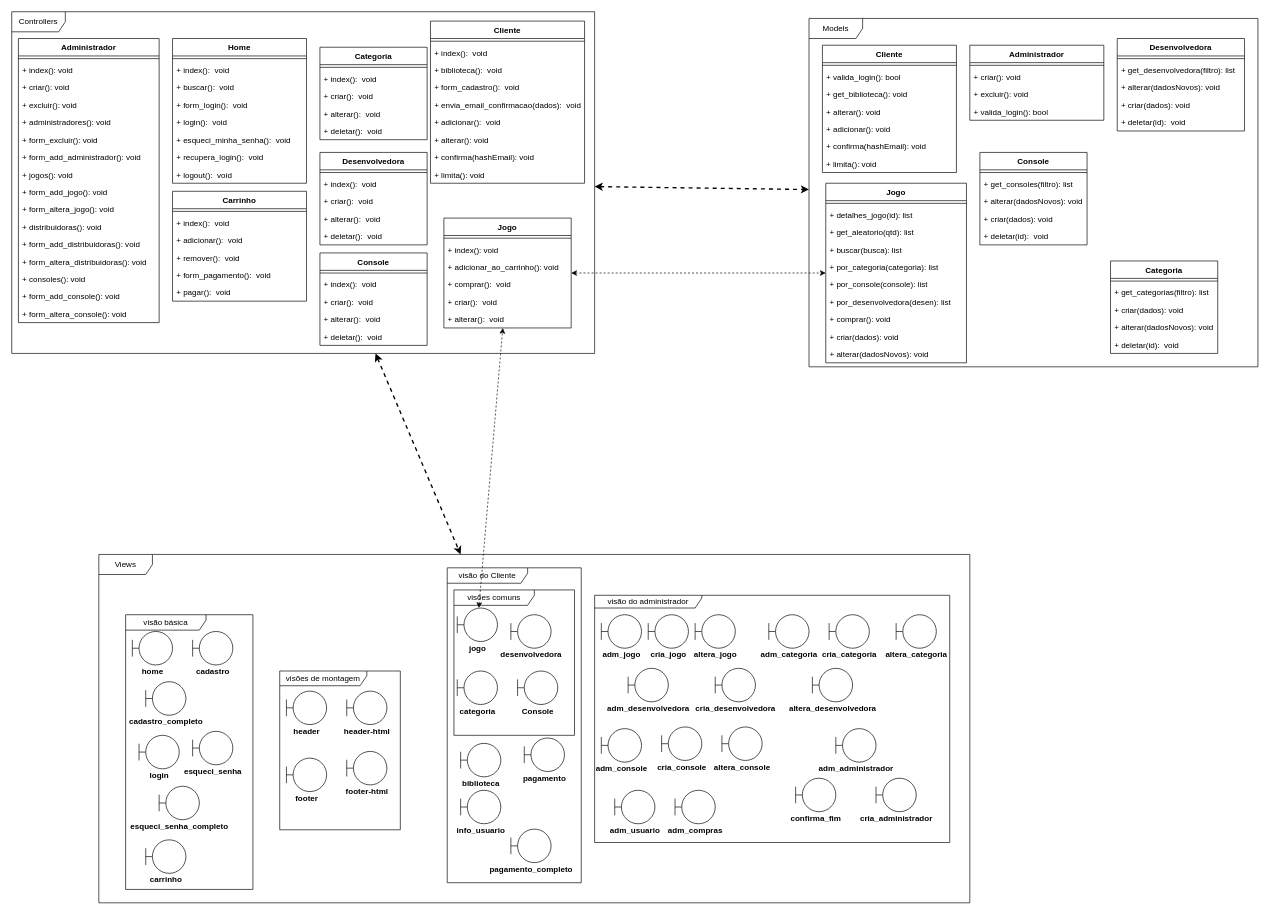
Above: docs/Diagramas/Diagrama-Classes/Diagrama_de_Classes.drawio in joaopaulo7/GCC188-Projeto-Final (draw.io), before the change. Source tidied: cells renumbered, new cells numbered last; positions are measured from the earlier drawing's top-left corner, leaving out a move shared by most shapes. Both pictures are drawn from the tidied source at 67%, with x=0, y=0 at pixel (11, 11).
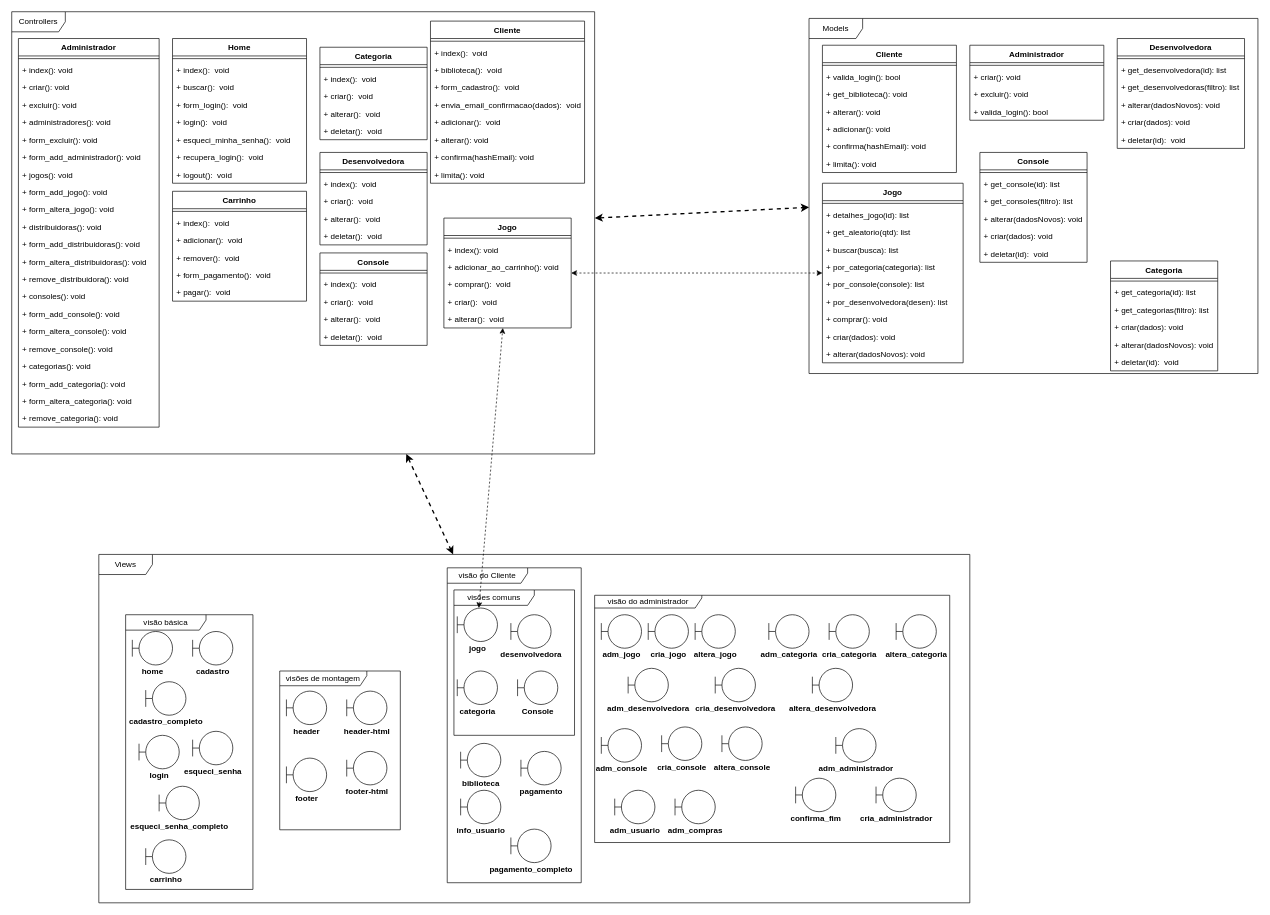
The same page after the edit.

Change to the diagram source:
```diff
@@
     <mxCell id="10" value="Controllers" style="shape=umlFrame;whiteSpace=wrap;html=1;width=80;height=30;" parent="1" vertex="1">
-      <mxGeometry width="870" height="510" as="geometry" />
+      <mxGeometry width="870" height="660" as="geometry" />
     </mxCell>
@@
     <mxCell id="38" value="Administrador" style="swimlane;fontStyle=1;align=center;verticalAlign=top;horizontal=1;startSize=26;" parent="1" vertex="1">
-      <mxGeometry x="10" y="40" width="210" height="424" as="geometry" />
+      <mxGeometry x="10" y="40" width="210" height="580" as="geometry" />
     </mxCell>
@@
+    <mxCell id="233" value="+ remove_distribuidora(): void" style="text;strokeColor=none;fillColor=none;align=left;verticalAlign=top;spacingLeft=4;spacingRight=4;overflow=hidden;" parent="38" vertex="1">
+      <mxGeometry y="346" width="210" height="26" as="geometry" />
+    </mxCell>
     <mxCell id="52" value="+ consoles(): void" style="text;strokeColor=none;fillColor=none;align=left;verticalAlign=top;spacingLeft=4;spacingRight=4;overflow=hidden;" parent="38" vertex="1">
-      <mxGeometry y="346" width="210" height="26" as="geometry" />
+      <mxGeometry y="372" width="210" height="26" as="geometry" />
     </mxCell>
     <mxCell id="53" value="+ form_add_console(): void" style="text;strokeColor=none;fillColor=none;align=left;verticalAlign=top;spacingLeft=4;spacingRight=4;overflow=hidden;" parent="38" vertex="1">
-      <mxGeometry y="372" width="210" height="26" as="geometry" />
+      <mxGeometry y="398" width="210" height="26" as="geometry" />
     </mxCell>
     <mxCell id="54" value="+ form_altera_console(): void" style="text;strokeColor=none;fillColor=none;align=left;verticalAlign=top;spacingLeft=4;spacingRight=4;overflow=hidden;" parent="38" vertex="1">
-      <mxGeometry y="398" width="210" height="26" as="geometry" />
+      <mxGeometry y="424" width="210" height="26" as="geometry" />
     </mxCell>
+    <mxCell id="234" value="+ remove_console(): void" style="text;strokeColor=none;fillColor=none;align=left;verticalAlign=top;spacingLeft=4;spacingRight=4;overflow=hidden;" parent="38" vertex="1">
+      <mxGeometry y="450" width="210" height="26" as="geometry" />
+    </mxCell>
+    <mxCell id="235" value="+ categorias(): void" style="text;strokeColor=none;fillColor=none;align=left;verticalAlign=top;spacingLeft=4;spacingRight=4;overflow=hidden;" parent="38" vertex="1">
+      <mxGeometry y="476" width="210" height="26" as="geometry" />
+    </mxCell>
+    <mxCell id="236" value="+ form_add_categoria(): void" style="text;strokeColor=none;fillColor=none;align=left;verticalAlign=top;spacingLeft=4;spacingRight=4;overflow=hidden;" parent="38" vertex="1">
+      <mxGeometry y="502" width="210" height="26" as="geometry" />
+    </mxCell>
+    <mxCell id="237" value="+ form_altera_categoria(): void" style="text;strokeColor=none;fillColor=none;align=left;verticalAlign=top;spacingLeft=4;spacingRight=4;overflow=hidden;" parent="38" vertex="1">
+      <mxGeometry y="528" width="210" height="26" as="geometry" />
+    </mxCell>
+    <mxCell id="238" value="+ remove_categoria(): void" style="text;strokeColor=none;fillColor=none;align=left;verticalAlign=top;spacingLeft=4;spacingRight=4;overflow=hidden;" parent="38" vertex="1">
+      <mxGeometry y="554" width="210" height="26" as="geometry" />
+    </mxCell>
@@
     <mxCell id="73" value="Models" style="shape=umlFrame;whiteSpace=wrap;html=1;width=80;height=30;" parent="1" vertex="1">
-      <mxGeometry x="1190" y="10" width="670" height="520" as="geometry" />
+      <mxGeometry x="1190" y="10" width="670" height="530" as="geometry" />
     </mxCell>
     <mxCell id="74" value="Jogo" style="swimlane;fontStyle=1;align=center;verticalAlign=top;horizontal=1;startSize=26;" parent="1" vertex="1">
-      <mxGeometry x="1215" y="256" width="210" height="268" as="geometry" />
+      <mxGeometry x="1210" y="256" width="210" height="268" as="geometry" />
     </mxCell>
@@
     <mxCell id="85" value="Console" style="swimlane;fontStyle=1;align=center;verticalAlign=top;horizontal=1;startSize=26;" parent="1" vertex="1">
-      <mxGeometry x="1445" y="210" width="160" height="138" as="geometry" />
+      <mxGeometry x="1445" y="210" width="160" height="164" as="geometry" />
     </mxCell>
@@
+    <mxCell id="239" value="+ get_console(id): list" style="text;strokeColor=none;fillColor=none;align=left;verticalAlign=top;spacingLeft=4;spacingRight=4;overflow=hidden;" parent="85" vertex="1">
+      <mxGeometry y="34" width="160" height="26" as="geometry" />
+    </mxCell>
     <mxCell id="87" value="+ get_consoles(filtro): list" style="text;strokeColor=none;fillColor=none;align=left;verticalAlign=top;spacingLeft=4;spacingRight=4;overflow=hidden;" parent="85" vertex="1">
-      <mxGeometry y="34" width="160" height="26" as="geometry" />
+      <mxGeometry y="60" width="160" height="26" as="geometry" />
     </mxCell>
     <mxCell id="88" value="+ alterar(dadosNovos): void" style="text;strokeColor=none;fillColor=none;align=left;verticalAlign=top;spacingLeft=4;spacingRight=4;overflow=hidden;" parent="85" vertex="1">
-      <mxGeometry y="60" width="160" height="26" as="geometry" />
+      <mxGeometry y="86" width="160" height="26" as="geometry" />
     </mxCell>
     <mxCell id="89" value="+ criar(dados): void" style="text;strokeColor=none;fillColor=none;align=left;verticalAlign=top;spacingLeft=4;spacingRight=4;overflow=hidden;" parent="85" vertex="1">
-      <mxGeometry y="86" width="160" height="26" as="geometry" />
+      <mxGeometry y="112" width="160" height="26" as="geometry" />
     </mxCell>
     <mxCell id="90" value="+ deletar(id):  void" style="text;strokeColor=none;fillColor=none;align=left;verticalAlign=top;spacingLeft=4;spacingRight=4;overflow=hidden;" parent="85" vertex="1">
-      <mxGeometry y="112" width="160" height="26" as="geometry" />
+      <mxGeometry y="138" width="160" height="26" as="geometry" />
     </mxCell>
     <mxCell id="91" value="Categoria" style="swimlane;fontStyle=1;align=center;verticalAlign=top;horizontal=1;startSize=26;" parent="1" vertex="1">
-      <mxGeometry x="1640" y="372" width="160" height="138" as="geometry" />
+      <mxGeometry x="1640" y="372" width="160" height="164" as="geometry" />
     </mxCell>
@@
+    <mxCell id="240" value="+ get_categoria(id): list" style="text;strokeColor=none;fillColor=none;align=left;verticalAlign=top;spacingLeft=4;spacingRight=4;overflow=hidden;" parent="91" vertex="1">
+      <mxGeometry y="34" width="160" height="26" as="geometry" />
+    </mxCell>
     <mxCell id="93" value="+ get_categorias(filtro): list" style="text;strokeColor=none;fillColor=none;align=left;verticalAlign=top;spacingLeft=4;spacingRight=4;overflow=hidden;" parent="91" vertex="1">
-      <mxGeometry y="34" width="160" height="26" as="geometry" />
+      <mxGeometry y="60" width="160" height="26" as="geometry" />
     </mxCell>
     <mxCell id="94" value="+ criar(dados): void" style="text;strokeColor=none;fillColor=none;align=left;verticalAlign=top;spacingLeft=4;spacingRight=4;overflow=hidden;" parent="91" vertex="1">
-      <mxGeometry y="60" width="160" height="26" as="geometry" />
+      <mxGeometry y="86" width="160" height="26" as="geometry" />
     </mxCell>
     <mxCell id="95" value="+ alterar(dadosNovos): void" style="text;strokeColor=none;fillColor=none;align=left;verticalAlign=top;spacingLeft=4;spacingRight=4;overflow=hidden;" parent="91" vertex="1">
-      <mxGeometry y="86" width="160" height="26" as="geometry" />
+      <mxGeometry y="112" width="160" height="26" as="geometry" />
     </mxCell>
     <mxCell id="96" value="+ deletar(id):  void" style="text;strokeColor=none;fillColor=none;align=left;verticalAlign=top;spacingLeft=4;spacingRight=4;overflow=hidden;" parent="91" vertex="1">
-      <mxGeometry y="112" width="160" height="26" as="geometry" />
+      <mxGeometry y="138" width="160" height="26" as="geometry" />
     </mxCell>
     <mxCell id="97" value="Desenvolvedora" style="swimlane;fontStyle=1;align=center;verticalAlign=top;horizontal=1;startSize=26;" parent="1" vertex="1">
-      <mxGeometry x="1650" y="40" width="190" height="138" as="geometry" />
+      <mxGeometry x="1650" y="40" width="190" height="164" as="geometry" />
     </mxCell>
@@
+    <mxCell id="241" value="+ get_desenvolvedora(id): list" style="text;strokeColor=none;fillColor=none;align=left;verticalAlign=top;spacingLeft=4;spacingRight=4;overflow=hidden;" parent="97" vertex="1">
+      <mxGeometry y="34" width="190" height="26" as="geometry" />
+    </mxCell>
-    <mxCell id="99" value="+ get_desenvolvedora(filtro): list" style="text;strokeColor=none;fillColor=none;align=left;verticalAlign=top;spacingLeft=4;spacingRight=4;overflow=hidden;" parent="97" vertex="1">
-      <mxGeometry y="34" width="190" height="26" as="geometry" />
+    <mxCell id="99" value="+ get_desenvolvedoras(filtro): list" style="text;strokeColor=none;fillColor=none;align=left;verticalAlign=top;spacingLeft=4;spacingRight=4;overflow=hidden;" parent="97" vertex="1">
+      <mxGeometry y="60" width="190" height="26" as="geometry" />
     </mxCell>
     <mxCell id="100" value="+ alterar(dadosNovos): void" style="text;strokeColor=none;fillColor=none;align=left;verticalAlign=top;spacingLeft=4;spacingRight=4;overflow=hidden;" parent="97" vertex="1">
-      <mxGeometry y="60" width="190" height="26" as="geometry" />
+      <mxGeometry y="86" width="190" height="26" as="geometry" />
     </mxCell>
     <mxCell id="101" value="+ criar(dados): void" style="text;strokeColor=none;fillColor=none;align=left;verticalAlign=top;spacingLeft=4;spacingRight=4;overflow=hidden;" parent="97" vertex="1">
-      <mxGeometry y="86" width="190" height="26" as="geometry" />
+      <mxGeometry y="112" width="190" height="26" as="geometry" />
     </mxCell>
     <mxCell id="102" value="+ deletar(id):  void" style="text;strokeColor=none;fillColor=none;align=left;verticalAlign=top;spacingLeft=4;spacingRight=4;overflow=hidden;" parent="97" vertex="1">
-      <mxGeometry y="112" width="190" height="26" as="geometry" />
+      <mxGeometry y="138" width="190" height="26" as="geometry" />
     </mxCell>
@@
     <mxCell id="175" style="group;" parent="1" vertex="1">
-      <mxGeometry x="745" y="1084" width="100" height="70" as="geometry" />
+      <mxGeometry x="740" y="1104" width="100" height="70" as="geometry" />
     </mxCell>
```
